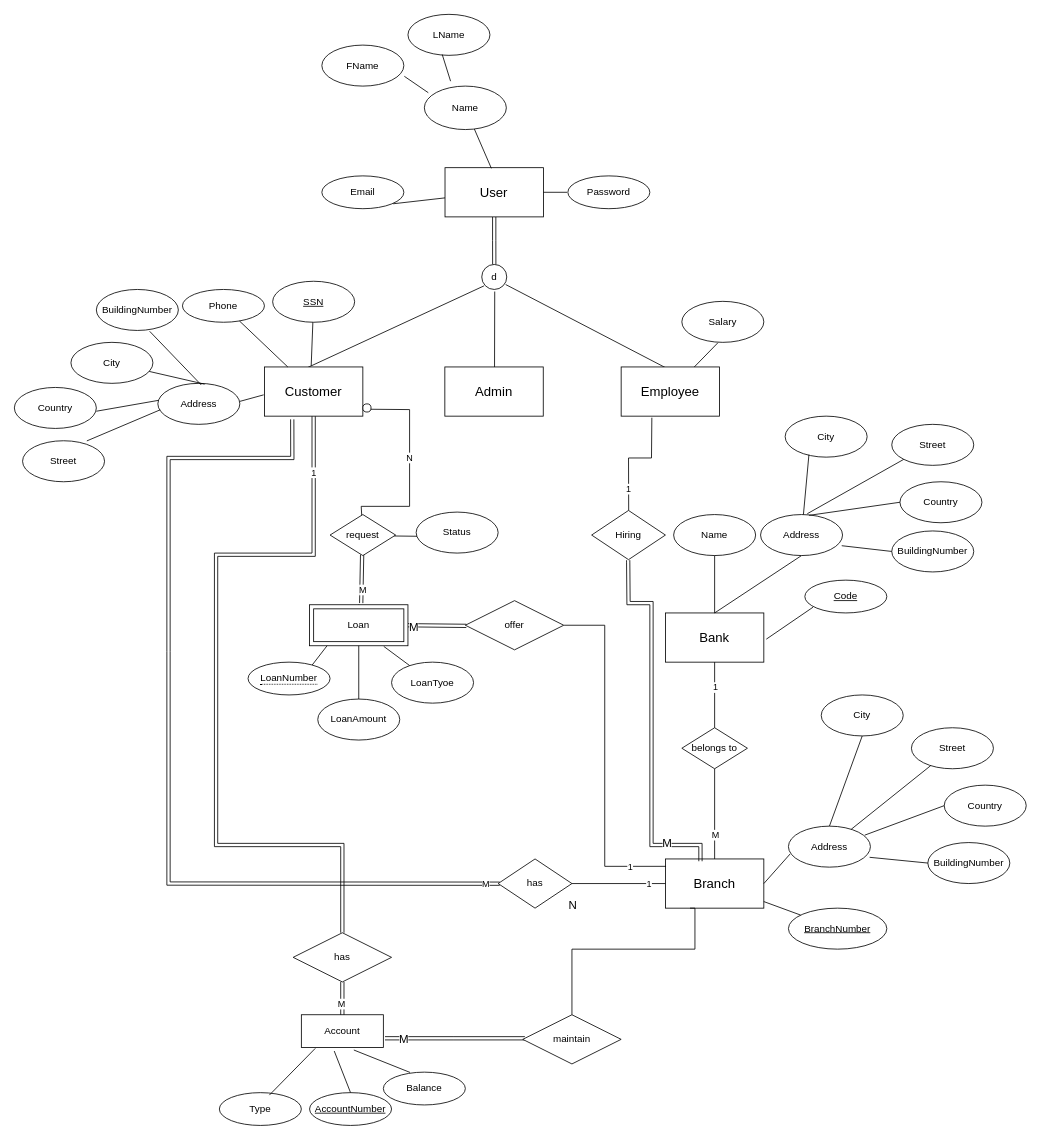
The draw.io diagram ERD/ERD.drawio in 3omarrabi3/Bank-App-Database, before the edit. Source tidied: cells renumbered, new cells numbered last; positions are measured from the earlier drawing's top-left corner, leaving out a move shared by most shapes. Both pictures are drawn from the tidied source at 82%, with x=0, y=0 at pixel (14, 14).
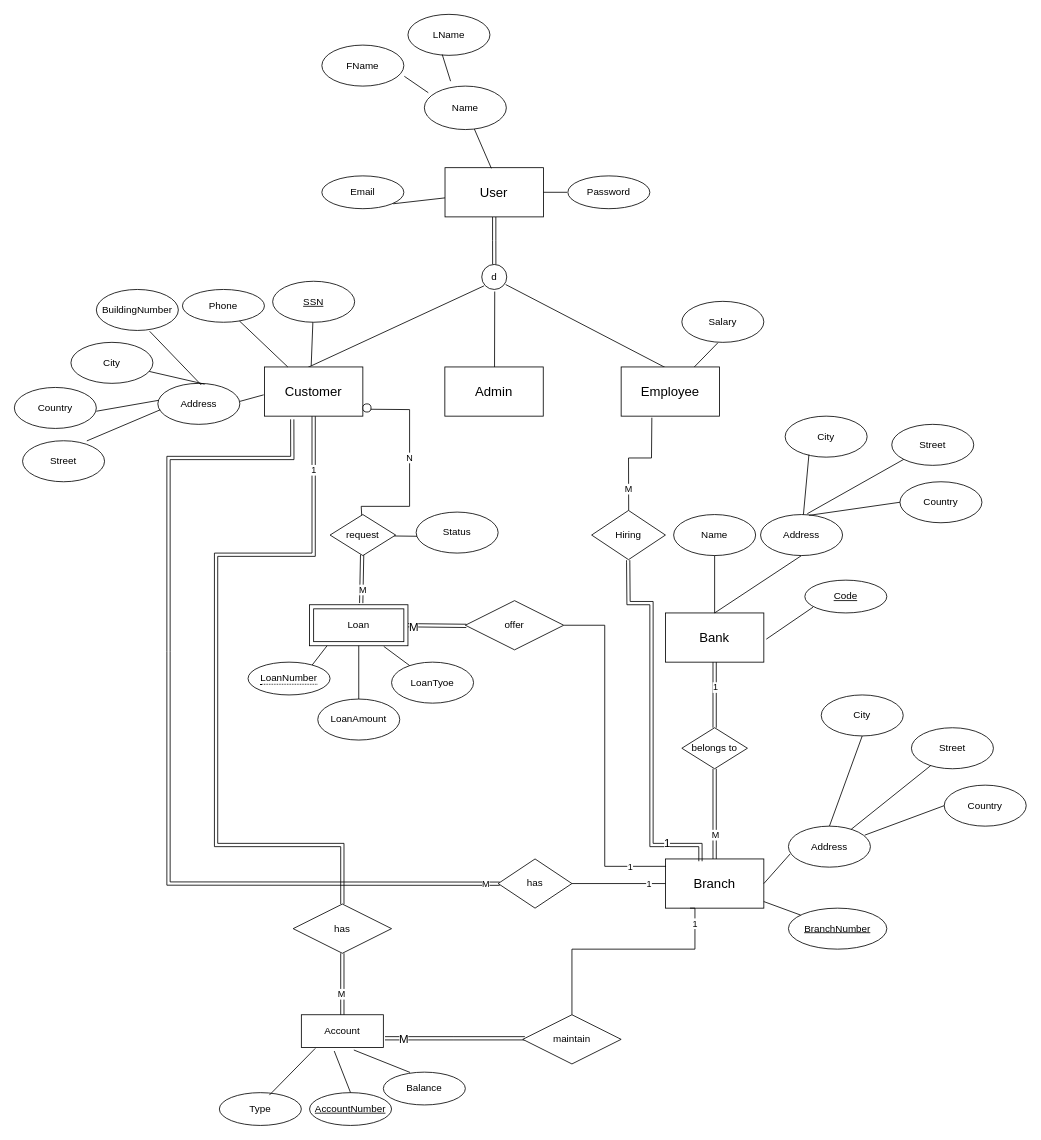
Above is the later version.

Commit message (it also covers changes not shown here):
Update Schema and ERD

The change refers to these unchanged cells:
```xml
<mxCell id="2" value="&lt;font size=&quot;3&quot;&gt;Bank&lt;/font&gt;" style="rounded=0;whiteSpace=wrap;html=1;" parent="1" vertex="1">
  <mxGeometry x="794" y="730" width="120" height="60" as="geometry" />
</mxCell>
<mxCell id="6" value="Address" style="ellipse;whiteSpace=wrap;html=1;" parent="1" vertex="1">
  <mxGeometry x="910" y="610" width="100" height="50" as="geometry" />
</mxCell>
<mxCell id="15" value="&lt;font size=&quot;3&quot;&gt;Branch&lt;/font&gt;" style="rounded=0;whiteSpace=wrap;html=1;" parent="1" vertex="1">
  <mxGeometry x="794" y="1030" width="120" height="60" as="geometry" />
</mxCell>
<mxCell id="17" value="Address" style="ellipse;whiteSpace=wrap;html=1;" parent="1" vertex="1">
  <mxGeometry x="944" y="990" width="100" height="50" as="geometry" />
</mxCell>
<mxCell id="28" value="belongs to" style="rhombus;whiteSpace=wrap;html=1;rounded=0;" parent="1" vertex="1">
  <mxGeometry x="814" y="870" width="80" height="50" as="geometry" />
</mxCell>
<mxCell id="55" style="edgeStyle=orthogonalEdgeStyle;rounded=0;jettySize=auto;html=1;endArrow=none;endFill=0;entryX=0.25;entryY=1;entryDx=0;entryDy=0;exitX=0.5;exitY=0;exitDx=0;exitDy=0;" parent="1" edge="1" source="59" target="15">
  <mxGeometry relative="1" as="geometry">
    <Array as="points">
      <mxPoint x="680" y="1140" />
      <mxPoint x="830" y="1140" />
      <mxPoint x="830" y="1090" />
    </Array>
  </mxGeometry>
</mxCell>
<mxCell id="109" style="edgeStyle=orthogonalEdgeStyle;rounded=0;jettySize=auto;html=1;shape=link;entryX=0.356;entryY=0.047;entryDx=0;entryDy=0;entryPerimeter=0;exitX=0.495;exitY=1.011;exitDx=0;exitDy=0;exitPerimeter=0;" parent="1" edge="1" source="47" target="15">
  <mxGeometry relative="1" as="geometry">
    <Array as="points">
      <mxPoint x="749" y="668" />
      <mxPoint x="749" y="668" />
      <mxPoint x="749" y="718" />
      <mxPoint x="777" y="718" />
      <mxPoint x="777" y="1013" />
      <mxPoint x="837" y="1013" />
    </Array>
  </mxGeometry>
</mxCell>
<mxCell id="111" style="endArrow=none;html=1;rounded=0;exitX=0.502;exitY=0;exitDx=0;exitDy=0;exitPerimeter=0;entryX=0.312;entryY=1.031;entryDx=0;entryDy=0;entryPerimeter=0;" parent="1" edge="1" source="47" target="75">
  <mxGeometry relative="1" as="geometry">
    <Array as="points">
      <mxPoint x="749" y="541" />
      <mxPoint x="777" y="541" />
    </Array>
  </mxGeometry>
</mxCell>
```

What changed in the source:
```diff
@@
-    <mxCell id="8" value="BuildingNumber" style="ellipse;whiteSpace=wrap;html=1;" parent="1" vertex="1">
-      <mxGeometry x="1070" y="630" width="100" height="50" as="geometry" />
-    </mxCell>
@@
-    <mxCell id="14" style="endArrow=none;html=1;rounded=0;exitX=0.99;exitY=0.76;exitDx=0;exitDy=0;entryX=0;entryY=0.5;entryDx=0;entryDy=0;exitPerimeter=0;" parent="1" edge="1" source="6" target="8">
-      <mxGeometry relative="1" as="geometry" />
-    </mxCell>
@@
-    <mxCell id="19" value="BuildingNumber" style="ellipse;whiteSpace=wrap;html=1;" parent="1" vertex="1">
-      <mxGeometry x="1114" y="1010" width="100" height="50" as="geometry" />
-    </mxCell>
@@
-    <mxCell id="25" style="endArrow=none;html=1;rounded=0;exitX=0.99;exitY=0.76;exitDx=0;exitDy=0;entryX=0;entryY=0.5;entryDx=0;entryDy=0;exitPerimeter=0;" parent="1" edge="1" source="17" target="19">
-      <mxGeometry relative="1" as="geometry" />
-    </mxCell>
@@
-    <mxCell id="29" style="endArrow=none;html=1;rounded=0;exitX=0.5;exitY=0;exitDx=0;exitDy=0;" parent="1" edge="1" source="28" target="2">
+    <mxCell id="29" style="endArrow=none;html=1;rounded=0;exitX=0.5;exitY=0;exitDx=0;exitDy=0;shape=link;" parent="1" edge="1" source="28" target="2">
       <mxGeometry relative="1" as="geometry" />
     </mxCell>
@@
-    <mxCell id="31" style="endArrow=none;html=1;rounded=0;entryX=0.5;entryY=1;entryDx=0;entryDy=0;" parent="1" edge="1" source="15" target="28">
+    <mxCell id="31" style="endArrow=none;html=1;rounded=0;entryX=0.5;entryY=1;entryDx=0;entryDy=0;shape=link;" parent="1" edge="1" source="15" target="28">
       <mxGeometry relative="1" as="geometry" />
     </mxCell>
@@
-    <mxCell id="56" value="&lt;font style=&quot;font-size: 14px;&quot;&gt;N&lt;/font&gt;" style="edgeLabel;html=1;align=center;verticalAlign=middle;" parent="55" vertex="1">
-      <mxGeometry x="-0.48" y="3" relative="1" as="geometry">
-        <mxPoint x="3" y="-60" as="offset" />
-      </mxGeometry>
-    </mxCell>
+    <mxCell id="117" value="1" style="edgeLabel;html=1;align=center;verticalAlign=middle;" parent="55" vertex="1">
+      <mxGeometry x="0.83" y="1" relative="1" as="geometry" />
+    </mxCell>
@@
     <mxCell id="64" value="has" style="shape=rhombus;perimeter=rhombusPerimeter;whiteSpace=wrap;html=1;align=center;" parent="1" vertex="1">
-      <mxGeometry x="340" y="1120" width="120" height="60" as="geometry" />
+      <mxGeometry x="340" y="1085" width="120" height="60" as="geometry" />
     </mxCell>
@@
-    <mxCell id="110" value="&lt;font style=&quot;font-size: 14px;&quot;&gt;M&lt;/font&gt;" style="edgeLabel;html=1;align=center;verticalAlign=middle;" parent="109" vertex="1">
+    <mxCell id="110" value="&lt;font style=&quot;font-size: 14px;&quot;&gt;1&lt;/font&gt;" style="edgeLabel;html=1;align=center;verticalAlign=middle;" parent="109" vertex="1">
       <mxGeometry x="0.74" y="-5" relative="1" as="geometry">
         <mxPoint x="-2" y="-8" as="offset" />
       </mxGeometry>
     </mxCell>
@@
-    <mxCell id="112" value="1" style="edgeLabel;html=1;align=center;verticalAlign=middle;" parent="111" vertex="1">
+    <mxCell id="112" value="M" style="edgeLabel;html=1;align=center;verticalAlign=middle;" parent="111" vertex="1">
       <mxGeometry x="-0.62" y="1" relative="1" as="geometry" />
     </mxCell>
```
